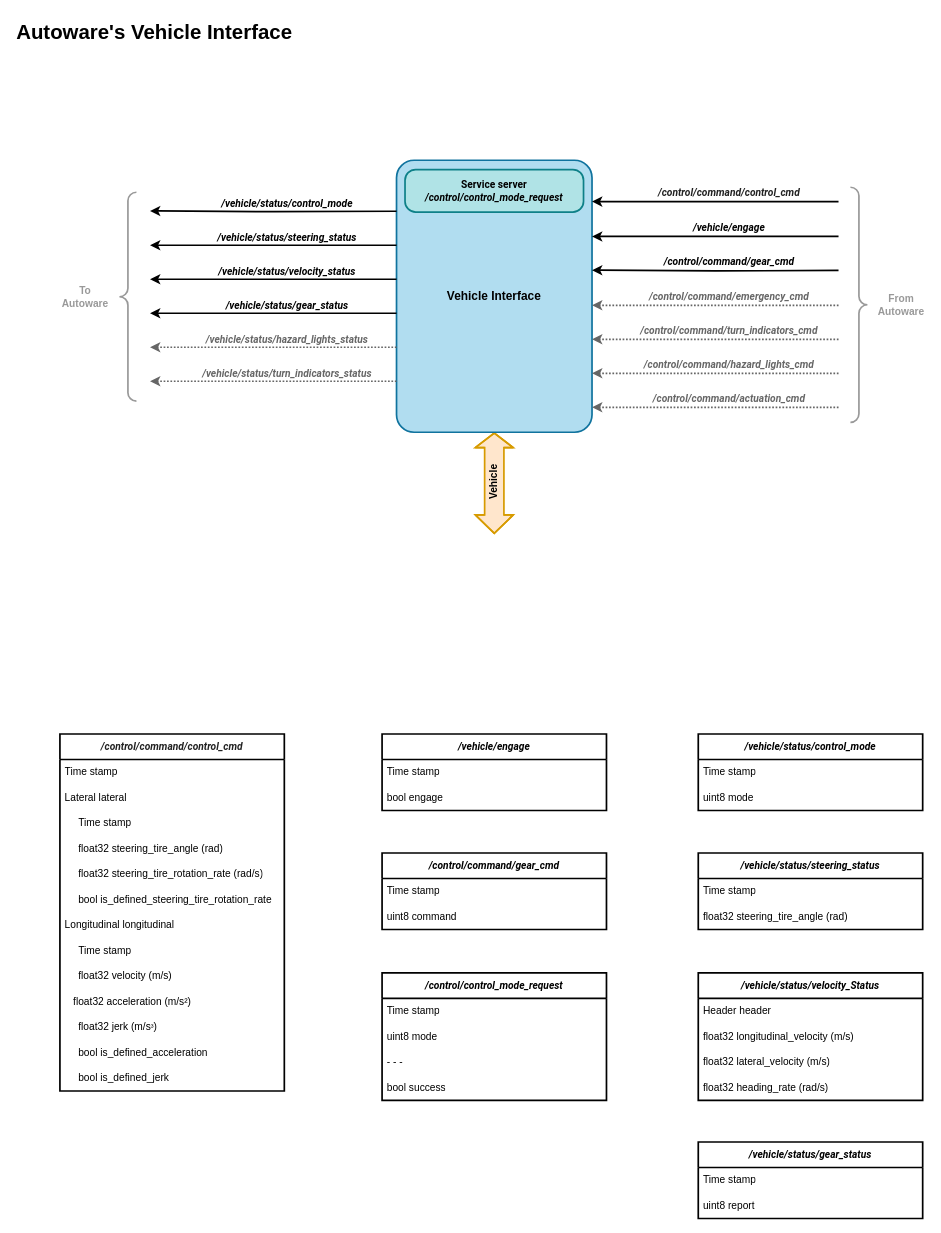
The draw.io diagram page "Vehicle Interface" (2 of 6) of docs/VILMA02_Vehicle_Interface.drawio in LMA-FEM-UNICAMP/vilma_interface, before the edit. Source tidied: cells renumbered, new cells numbered last; positions are measured from the earlier drawing's top-left corner, leaving out a move shared by most shapes. Both pictures are drawn from the tidied source at 85%, with x=0, y=0 at pixel (14, 14).
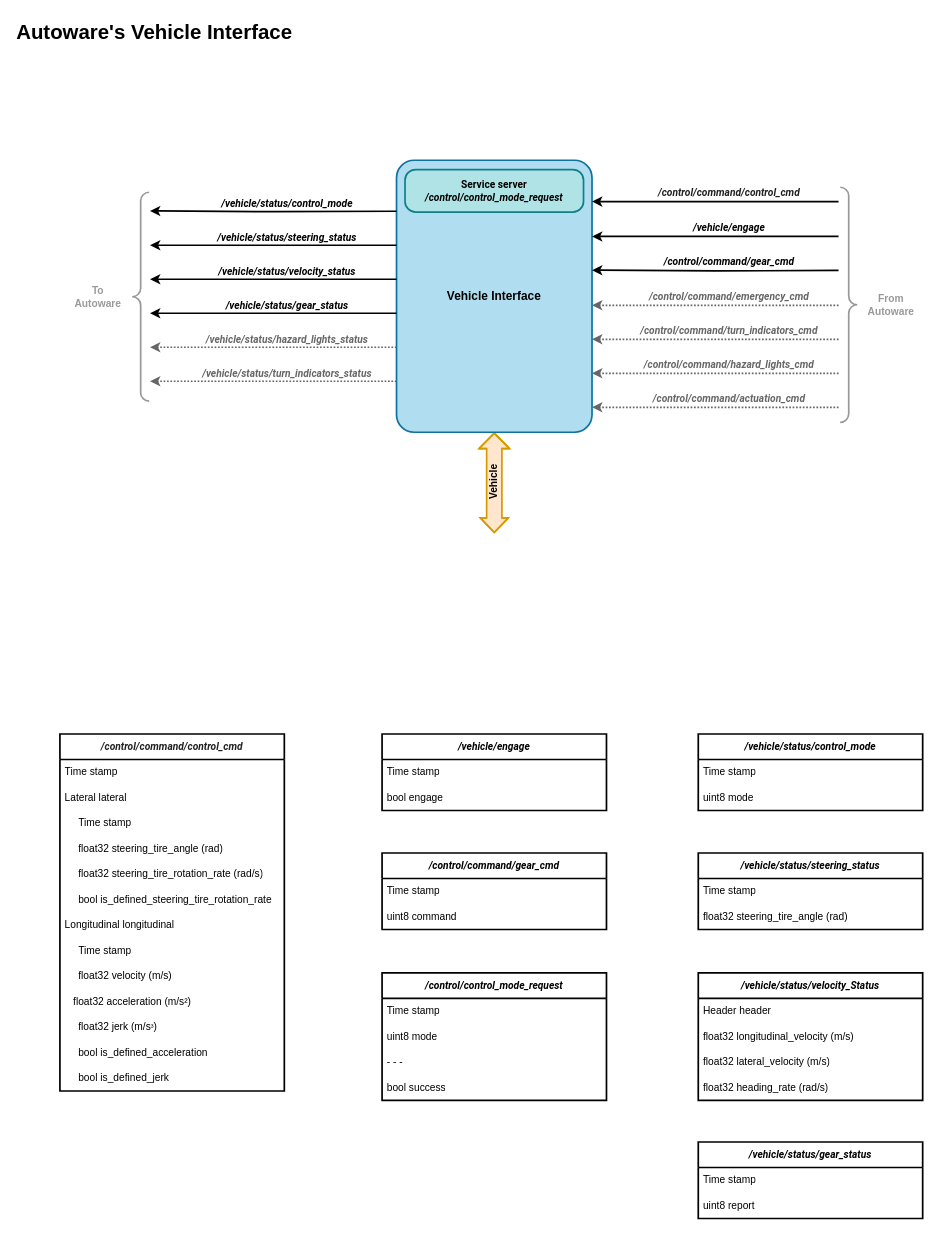
Above is the later version.

The change refers to these unchanged cells:
```xml
<mxCell id="4" value="&lt;div&gt;&lt;span&gt;&lt;font style=&quot;color: rgb(0, 0, 0);&quot;&gt;&lt;b&gt;Vehicle Interface&lt;/b&gt;&lt;/font&gt;&lt;/span&gt;&lt;/div&gt;" style="rounded=1;whiteSpace=wrap;html=1;strokeColor=#10739e;fillColor=#b1ddf0;fontSize=14;strokeWidth=2;arcSize=9;" parent="1" vertex="1">
  <mxGeometry x="449" y="171" width="230" height="320" as="geometry" />
</mxCell>
```

The edit, as a diff of the source:
```diff
@@
-    <mxCell id="2" style="edgeStyle=orthogonalEdgeStyle;rounded=0;jettySize=auto;html=1;shape=flexArrow;startArrow=block;strokeWidth=2;endSize=6.5653631284916205;targetPerimeterSpacing=0;sourcePerimeterSpacing=0;width=21.675977653631286;startSize=5.053691275167785;fillColor=#ffe6cc;strokeColor=#d79b00;fontSize=12;" parent="1" edge="1" source="4">
+    <mxCell id="2" style="edgeStyle=orthogonalEdgeStyle;rounded=0;jettySize=auto;html=1;shape=flexArrow;startArrow=block;strokeWidth=2;endSize=5.053691275167785;targetPerimeterSpacing=0;sourcePerimeterSpacing=0;width=16.944444444444443;startSize=5.4230769230769225;fillColor=#ffe6cc;strokeColor=#d79b00;fontSize=12;endWidth=13.070987654320987;startWidth=15.972222222222221;" parent="1" edge="1" source="4">
       <mxGeometry relative="1" as="geometry">
-        <mxPoint x="564" y="611" as="targetPoint" />
+        <mxPoint x="564" y="610" as="targetPoint" />
       </mxGeometry>
     </mxCell>
@@
     <mxCell id="32" value="From Autoware" style="text;html=1;align=center;verticalAlign=middle;whiteSpace=wrap;rounded=0;fontStyle=1;fontColor=#999999;strokeColor=none;" parent="1" vertex="1">
-      <mxGeometry x="1013" y="326" width="60" height="30" as="geometry" />
+      <mxGeometry x="1001" y="326" width="60" height="30" as="geometry" />
     </mxCell>
     <mxCell id="33" value="To Autoware" style="text;html=1;align=center;verticalAlign=middle;whiteSpace=wrap;rounded=0;fontStyle=1;fontColor=#999999;strokeColor=none;" parent="1" vertex="1">
-      <mxGeometry x="53" y="316.7" width="60" height="30" as="geometry" />
+      <mxGeometry x="68" y="316.7" width="60" height="30" as="geometry" />
     </mxCell>
@@
     <mxCell id="49" style="labelPosition=right;align=left;strokeWidth=2;shape=mxgraph.mockup.markup.curlyBrace;html=1;shadow=0;dashed=0;strokeColor=#999999;direction=north;fontColor=#999999;" parent="1" vertex="1">
-      <mxGeometry x="123" y="208.7" width="20" height="245.8" as="geometry" />
+      <mxGeometry x="138" y="208.7" width="20" height="245.8" as="geometry" />
     </mxCell>
     <mxCell id="50" style="labelPosition=right;align=left;strokeWidth=2;shape=mxgraph.mockup.markup.curlyBrace;html=1;shadow=0;dashed=0;strokeColor=#999999;direction=north;rotation=-180;fontColor=#999999;" parent="1" vertex="1">
-      <mxGeometry x="983" y="202.8" width="20" height="276.5" as="geometry" />
+      <mxGeometry x="971" y="202.8" width="20" height="276.5" as="geometry" />
     </mxCell>
```
